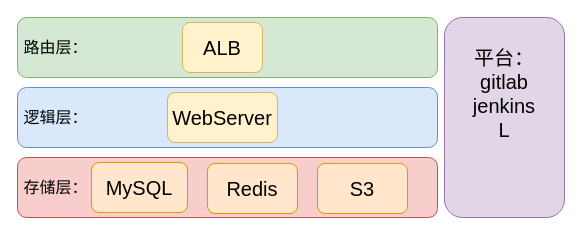
kimbalhuang/test keeps this draw.io diagram as page "架构" (9 of 13) of EntryTask.drawio. Above is the earlier version. Source tidied: cells renumbered, new cells numbered last; positions are measured from the earlier drawing's top-left corner, leaving out a move shared by most shapes. Both pictures are drawn from the tidied source at 100%, with x=0, y=0 at pixel (17, 17).
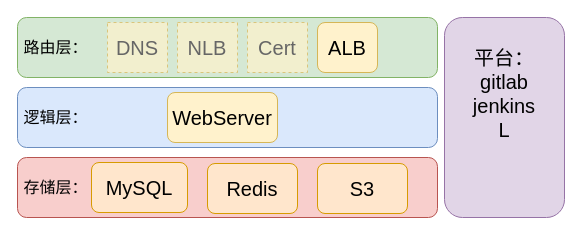
The same page after the edit.

What changed in the source:
```diff
@@
 <mxGraphModel>
   <root>
     <mxCell id="0" />
     <mxCell id="1" parent="0" />
     <mxCell id="2" value="&amp;nbsp;路由层：" style="rounded=1;whiteSpace=wrap;html=1;fontSize=16;fillColor=#d5e8d4;strokeColor=#82b366;align=left;" parent="1" vertex="1">
       <mxGeometry width="420" height="60" as="geometry" />
     </mxCell>
     <mxCell id="3" value="&amp;nbsp;逻辑层：" style="rounded=1;whiteSpace=wrap;html=1;fontSize=16;fillColor=#dae8fc;strokeColor=#6c8ebf;align=left;" parent="1" vertex="1">
       <mxGeometry y="70" width="420" height="60" as="geometry" />
     </mxCell>
     <mxCell id="4" value="&amp;nbsp;存储层：" style="rounded=1;whiteSpace=wrap;html=1;fontSize=16;fillColor=#f8cecc;strokeColor=#b85450;align=left;" parent="1" vertex="1">
       <mxGeometry y="140" width="420" height="60" as="geometry" />
     </mxCell>
     <mxCell id="5" value="&lt;span style=&quot;&quot;&gt;WebServer&lt;/span&gt;" style="rounded=1;whiteSpace=wrap;html=1;fontSize=20;fillColor=#fff2cc;strokeColor=#d6b656;" parent="1" vertex="1">
       <mxGeometry x="150" y="75" width="110" height="50" as="geometry" />
     </mxCell>
     <mxCell id="6" value="MySQL" style="rounded=1;whiteSpace=wrap;html=1;fontSize=20;fillColor=#ffe6cc;strokeColor=#d79b00;" parent="1" vertex="1">
       <mxGeometry x="74" y="145" width="96" height="50" as="geometry" />
     </mxCell>
     <mxCell id="7" value="&lt;span style=&quot;&quot;&gt;S3&lt;/span&gt;" style="rounded=1;whiteSpace=wrap;html=1;fontSize=20;fillColor=#ffe6cc;strokeColor=#d79b00;" parent="1" vertex="1">
       <mxGeometry x="300" y="146" width="90" height="50" as="geometry" />
     </mxCell>
     <mxCell id="8" value="Redis" style="rounded=1;whiteSpace=wrap;html=1;fontSize=20;fillColor=#ffe6cc;strokeColor=#d79b00;" parent="1" vertex="1">
       <mxGeometry x="190" y="146" width="90" height="50" as="geometry" />
     </mxCell>
     <mxCell id="9" value="&lt;span style=&quot;&quot;&gt;ALB&lt;/span&gt;" style="rounded=1;whiteSpace=wrap;html=1;fontSize=20;fillColor=#fff2cc;strokeColor=#d6b656;" parent="1" vertex="1">
-      <mxGeometry x="165" y="5" width="80" height="50" as="geometry" />
+      <mxGeometry x="300" y="5" width="60" height="50" as="geometry" />
     </mxCell>
     <mxCell id="10" value="平台：&lt;br&gt;gitlab&lt;br&gt;jenkins&lt;br&gt;L&lt;br&gt;&lt;br&gt;&lt;br&gt;" style="rounded=1;whiteSpace=wrap;html=1;fontSize=20;fillColor=#e1d5e7;strokeColor=#9673a6;" parent="1" vertex="1">
       <mxGeometry x="427" width="120" height="200" as="geometry" />
     </mxCell>
+    <mxCell id="11" value="&lt;span style=&quot;&quot;&gt;&lt;font color=&quot;#666666&quot;&gt;Cert&lt;/font&gt;&lt;/span&gt;" style="rounded=0;whiteSpace=wrap;html=1;fontSize=20;fillColor=#fff2cc;strokeColor=#d6b656;dashed=1;gradientColor=none;glass=0;opacity=70;" parent="1" vertex="1">
+      <mxGeometry x="230" y="5" width="60" height="50" as="geometry" />
+    </mxCell>
+    <mxCell id="12" value="&lt;span style=&quot;&quot;&gt;&lt;font color=&quot;#666666&quot;&gt;NLB&lt;/font&gt;&lt;/span&gt;" style="rounded=0;whiteSpace=wrap;html=1;fontSize=20;fillColor=#fff2cc;strokeColor=#d6b656;dashed=1;gradientColor=none;glass=0;opacity=70;" parent="1" vertex="1">
+      <mxGeometry x="160" y="5" width="60" height="50" as="geometry" />
+    </mxCell>
+    <mxCell id="13" value="&lt;font color=&quot;#666666&quot;&gt;DNS&lt;/font&gt;" style="rounded=0;whiteSpace=wrap;html=1;fontSize=20;fillColor=#fff2cc;strokeColor=#d6b656;dashed=1;gradientColor=none;glass=0;opacity=70;" parent="1" vertex="1">
+      <mxGeometry x="90" y="5" width="60" height="50" as="geometry" />
+    </mxCell>
   </root>
 </mxGraphModel>
```
